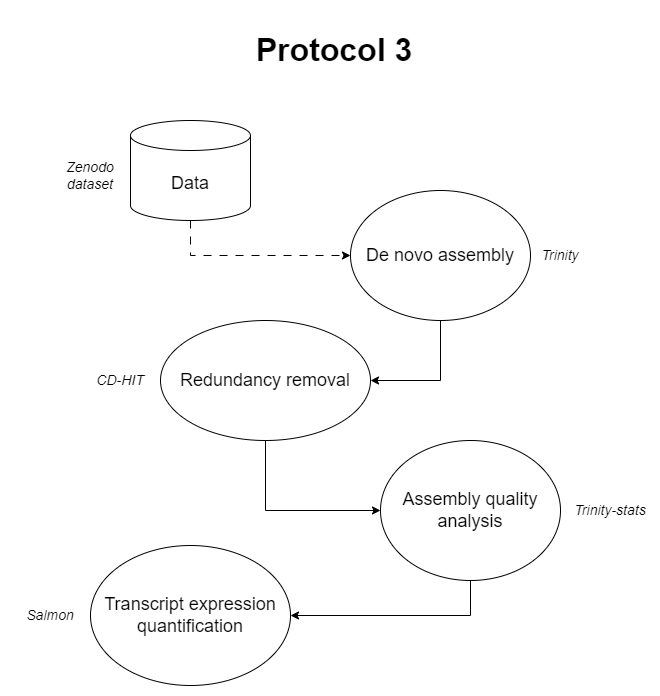
jmvillalobos/RNA-seq-protocol keeps this draw.io diagram as imgs/protocol3.png. Above is the earlier version. Source tidied: cells renumbered, new cells last; positions are measured from the earlier drawing's top-left corner, leaving out a move shared by most shapes. The source it was exported from:
```xml
<mxGraphModel>
  <root>
    <mxCell id="0" />
    <mxCell id="1" parent="0" />
    <mxCell id="2" style="edgeStyle=orthogonalEdgeStyle;rounded=0;jettySize=auto;html=1;exitX=0.5;exitY=1;exitDx=0;exitDy=0;entryX=1;entryY=0.5;entryDx=0;entryDy=0;" parent="1" edge="1" source="3" target="5">
      <mxGeometry relative="1" as="geometry" />
    </mxCell>
    <mxCell id="3" value="&lt;font style=&quot;font-size: 18px;&quot;&gt;De novo assembly&lt;/font&gt;" style="ellipse;whiteSpace=wrap;html=1;" parent="1" vertex="1">
      <mxGeometry x="340" y="180" width="180" height="130" as="geometry" />
    </mxCell>
    <mxCell id="4" style="edgeStyle=orthogonalEdgeStyle;rounded=0;jettySize=auto;html=1;exitX=0.5;exitY=1;exitDx=0;exitDy=0;" parent="1" edge="1" source="5" target="7">
      <mxGeometry relative="1" as="geometry" />
    </mxCell>
    <mxCell id="5" value="&lt;font style=&quot;font-size: 18px;&quot;&gt;Redundancy removal&lt;/font&gt;" style="ellipse;whiteSpace=wrap;html=1;" parent="1" vertex="1">
      <mxGeometry x="150" y="310" width="210" height="120" as="geometry" />
    </mxCell>
    <mxCell id="6" style="edgeStyle=orthogonalEdgeStyle;rounded=0;jettySize=auto;html=1;exitX=0.5;exitY=1;exitDx=0;exitDy=0;entryX=1;entryY=0.5;entryDx=0;entryDy=0;" parent="1" edge="1" source="7" target="8">
      <mxGeometry relative="1" as="geometry" />
    </mxCell>
    <mxCell id="7" value="&lt;font style=&quot;font-size: 18px;&quot;&gt;Assembly quality analysis&lt;/font&gt;" style="ellipse;whiteSpace=wrap;html=1;" parent="1" vertex="1">
      <mxGeometry x="370" y="430" width="180" height="140" as="geometry" />
    </mxCell>
    <mxCell id="8" value="&lt;font style=&quot;font-size: 18px;&quot;&gt;Transcript expression quantification&lt;/font&gt;" style="ellipse;whiteSpace=wrap;html=1;" parent="1" vertex="1">
      <mxGeometry x="80" y="535" width="200" height="140" as="geometry" />
    </mxCell>
    <mxCell id="9" style="edgeStyle=orthogonalEdgeStyle;rounded=0;jettySize=auto;html=1;exitX=0.5;exitY=1;exitDx=0;exitDy=0;exitPerimeter=0;dashed=1;dashPattern=8 8;" parent="1" edge="1" source="10" target="3">
      <mxGeometry relative="1" as="geometry" />
    </mxCell>
    <mxCell id="10" value="&lt;font style=&quot;font-size: 18px;&quot;&gt;Data&lt;/font&gt;" style="shape=cylinder3;whiteSpace=wrap;html=1;boundedLbl=1;backgroundOutline=1;size=15;" parent="1" vertex="1">
      <mxGeometry x="120" y="110" width="120" height="100" as="geometry" />
    </mxCell>
    <mxCell id="11" value="&lt;font style=&quot;font-size: 14px;&quot;&gt;&lt;i&gt;Zenodo dataset&lt;/i&gt;&lt;/font&gt;" style="text;html=1;strokeColor=none;fillColor=none;align=center;verticalAlign=middle;whiteSpace=wrap;rounded=0;" parent="1" vertex="1">
      <mxGeometry x="50" y="150" width="60" height="30" as="geometry" />
    </mxCell>
    <mxCell id="12" value="&lt;font style=&quot;font-size: 14px;&quot;&gt;&lt;i style=&quot;font-size: 14px;&quot;&gt;Trinity&lt;/i&gt;&lt;/font&gt;" style="text;html=1;strokeColor=none;fillColor=none;align=center;verticalAlign=middle;whiteSpace=wrap;rounded=0;fontSize=14;" parent="1" vertex="1">
      <mxGeometry x="520" y="230" width="60" height="30" as="geometry" />
    </mxCell>
    <mxCell id="13" value="&lt;font style=&quot;font-size: 14px;&quot;&gt;&lt;i style=&quot;font-size: 14px;&quot;&gt;CD-HIT&lt;/i&gt;&lt;/font&gt;" style="text;html=1;strokeColor=none;fillColor=none;align=center;verticalAlign=middle;whiteSpace=wrap;rounded=0;fontSize=14;" parent="1" vertex="1">
      <mxGeometry x="80" y="355" width="60" height="30" as="geometry" />
    </mxCell>
    <mxCell id="14" value="&lt;span style=&quot;font-size: 14px;&quot;&gt;&lt;i style=&quot;font-size: 14px;&quot;&gt;Trinity-stats&lt;/i&gt;&lt;/span&gt;" style="text;html=1;strokeColor=none;fillColor=none;align=center;verticalAlign=middle;whiteSpace=wrap;rounded=0;fontSize=14;" parent="1" vertex="1">
      <mxGeometry x="560" y="485" width="80" height="30" as="geometry" />
    </mxCell>
    <mxCell id="15" value="&lt;span style=&quot;font-size: 14px;&quot;&gt;&lt;i style=&quot;font-size: 14px;&quot;&gt;Salmon&lt;/i&gt;&lt;/span&gt;" style="text;html=1;strokeColor=none;fillColor=none;align=center;verticalAlign=middle;whiteSpace=wrap;rounded=0;fontSize=14;" parent="1" vertex="1">
      <mxGeometry y="590" width="80" height="30" as="geometry" />
    </mxCell>
    <mxCell id="16" value="&lt;h1&gt;&lt;font style=&quot;font-size: 32px;&quot;&gt;Protocol 3&lt;/font&gt;&lt;/h1&gt;" style="text;html=1;strokeColor=none;fillColor=none;align=center;verticalAlign=middle;whiteSpace=wrap;rounded=0;" parent="1" vertex="1">
      <mxGeometry x="159" width="330" height="80" as="geometry" />
    </mxCell>
  </root>
</mxGraphModel>
```
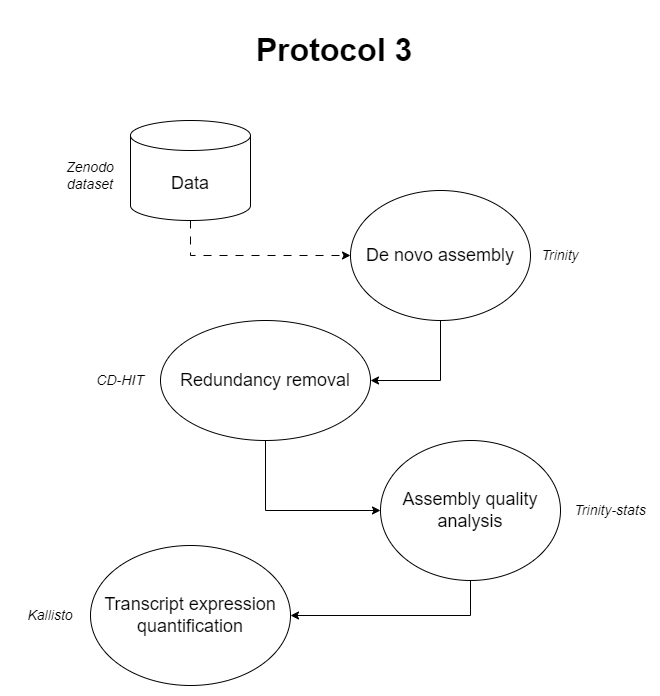
Above is the later version.

Commit message:
fix: :bug: Changed Salmon to Kallisto as the transcript estimation method

Change to the diagram source:
```diff
@@ -41,7 +41,7 @@
     <mxCell id="14" value="&lt;span style=&quot;font-size: 14px;&quot;&gt;&lt;i style=&quot;font-size: 14px;&quot;&gt;Trinity-stats&lt;/i&gt;&lt;/span&gt;" style="text;html=1;strokeColor=none;fillColor=none;align=center;verticalAlign=middle;whiteSpace=wrap;rounded=0;fontSize=14;" parent="1" vertex="1">
       <mxGeometry x="560" y="485" width="80" height="30" as="geometry" />
     </mxCell>
-    <mxCell id="15" value="&lt;span style=&quot;font-size: 14px;&quot;&gt;&lt;i style=&quot;font-size: 14px;&quot;&gt;Salmon&lt;/i&gt;&lt;/span&gt;" style="text;html=1;strokeColor=none;fillColor=none;align=center;verticalAlign=middle;whiteSpace=wrap;rounded=0;fontSize=14;" parent="1" vertex="1">
+    <mxCell id="15" value="&lt;span style=&quot;font-size: 14px;&quot;&gt;&lt;i style=&quot;font-size: 14px;&quot;&gt;Kallisto&lt;/i&gt;&lt;/span&gt;" style="text;html=1;strokeColor=none;fillColor=none;align=center;verticalAlign=middle;whiteSpace=wrap;rounded=0;fontSize=14;" parent="1" vertex="1">
       <mxGeometry y="590" width="80" height="30" as="geometry" />
     </mxCell>
     <mxCell id="16" value="&lt;h1&gt;&lt;font style=&quot;font-size: 32px;&quot;&gt;Protocol 3&lt;/font&gt;&lt;/h1&gt;" style="text;html=1;strokeColor=none;fillColor=none;align=center;verticalAlign=middle;whiteSpace=wrap;rounded=0;" parent="1" vertex="1">
```
